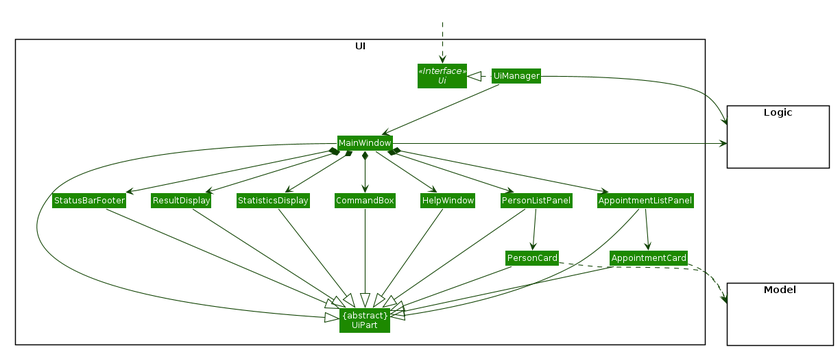
Earlier version of the PlantUML export docs/images/UiClassDiagram.png (xz0127/tp).
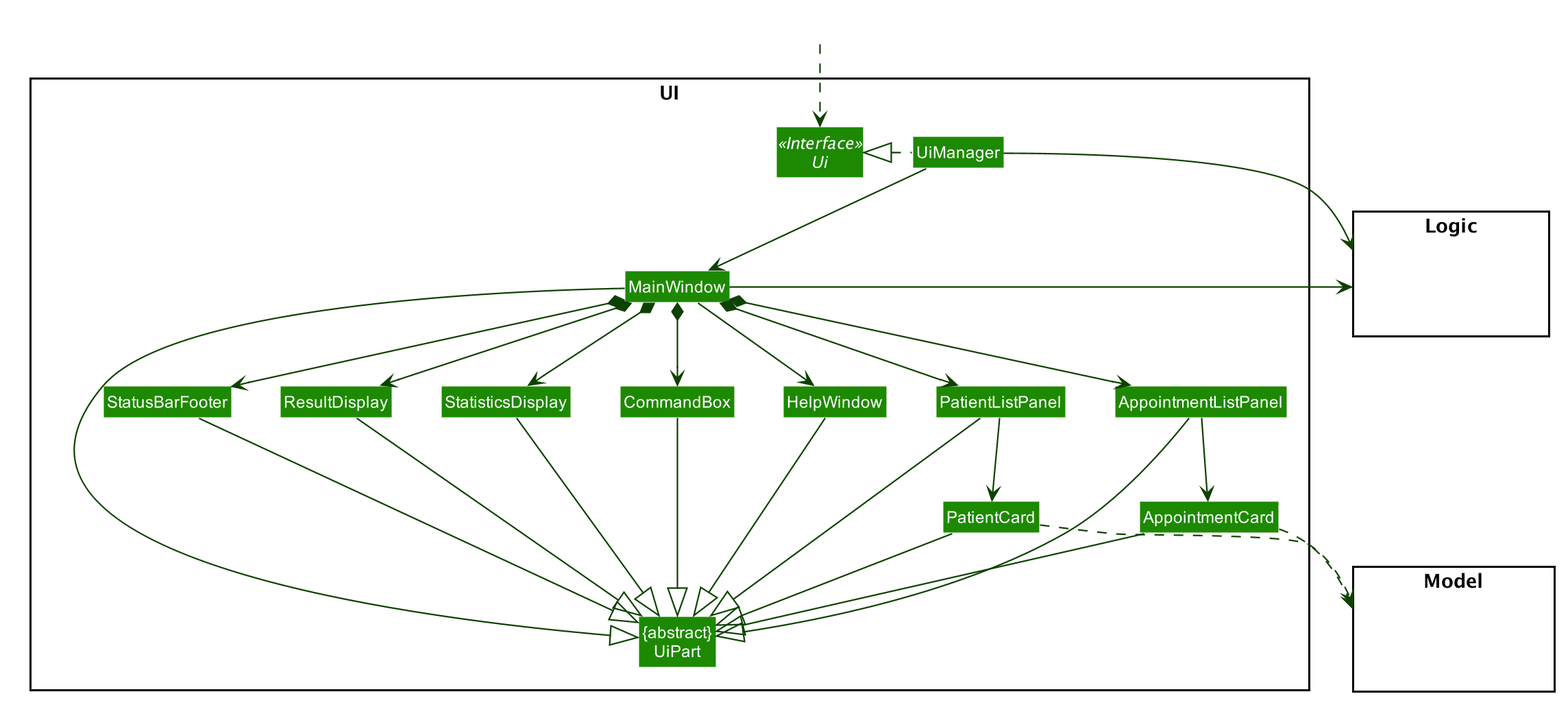
The same diagram one commit later.

Commit message:
Improve phrasing in documentation; Correct UiClassDiagram and links in Ui component; Correct DoneSequenceDiagram;

Diff of the diagram source:
```diff
@@ -59,10 +59,10 @@
 Class HelpWindow
 Class ResultDisplay
 Class StatisticsDisplay
-Class PersonListPanel
+Class PatientListPanel
 Class AppointmentListPanel
 Class AppointmentCard
-Class PersonCard
+Class PatientCard
 Class StatusBarFooter
 Class CommandBox
 }
@@ -84,11 +84,11 @@
 MainWindow *-down-> CommandBox
 MainWindow *-down-> StatisticsDisplay
 MainWindow *-down-> ResultDisplay
-MainWindow *-down-> PersonListPanel
+MainWindow *-down-> PatientListPanel
 MainWindow *-down-> AppointmentListPanel
 MainWindow *-down-> StatusBarFooter
 
-PersonListPanel -down-> PersonCard
+PatientListPanel -down-> PatientCard
 AppointmentListPanel -down-> AppointmentCard
 
 MainWindow -left-|> UiPart
@@ -98,17 +98,17 @@
 AppointmentListPanel --|> UiPart
 AppointmentCard --|> UiPart
 CommandBox --|> UiPart
-PersonListPanel --|> UiPart
-PersonCard --|> UiPart
+PatientListPanel --|> UiPart
+PatientCard --|> UiPart
 StatusBarFooter --|> UiPart
 HelpWindow -down-|> UiPart
 
-PersonCard ..> Model
+PatientCard ..> Model
 AppointmentCard ..> Model
 UiManager -right-> Logic
 MainWindow -left-> Logic
 
-PersonListPanel -[hidden]left- HelpWindow
+PatientListPanel -[hidden]left- HelpWindow
 HelpWindow -[hidden]left- CommandBox
 CommandBox -[hidden]left- StatisticsDisplay
 StatisticsDisplay -[hidden]left- ResultDisplay
```
